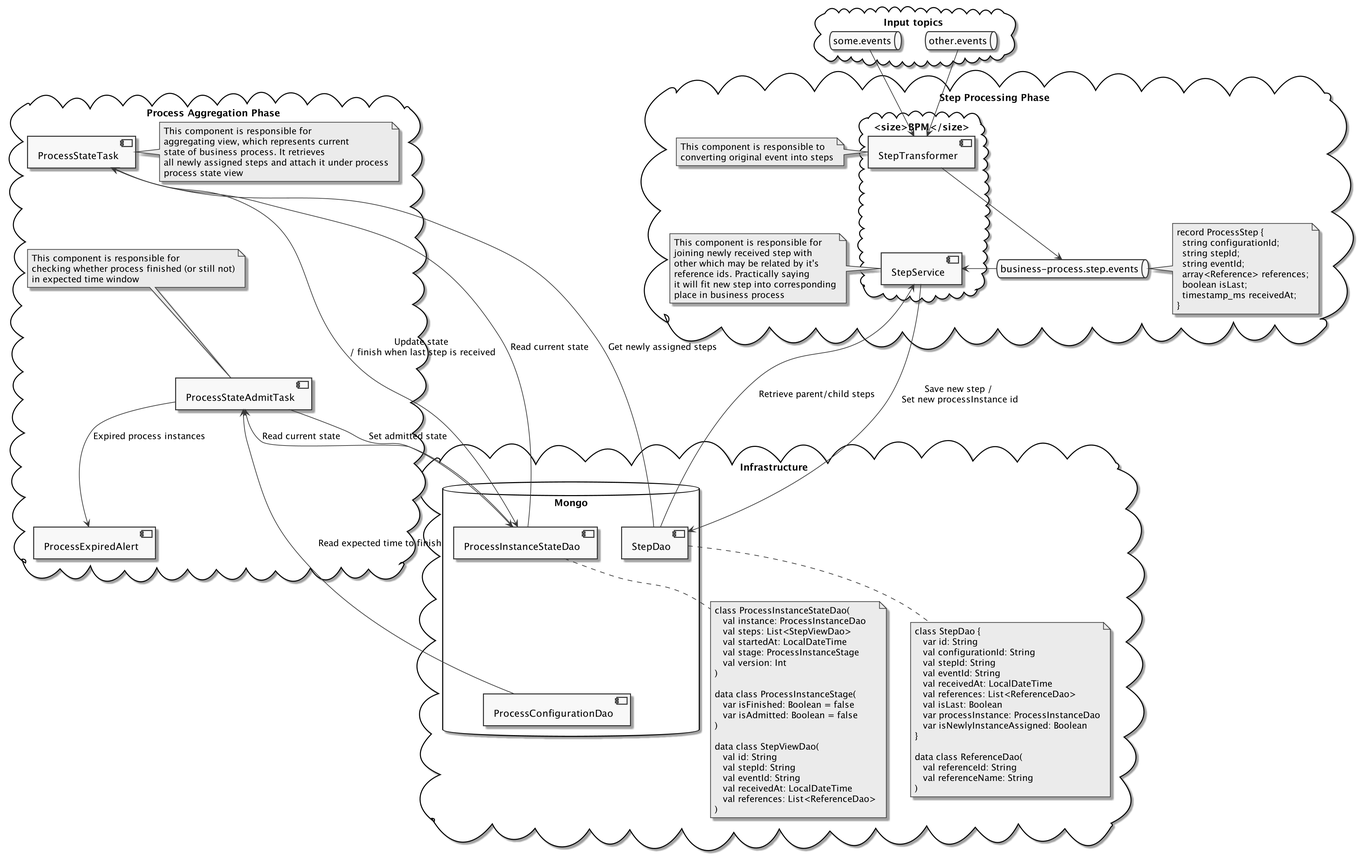
This is process-monitor/diagrams/1.high-level-flow.png from djeremy/kafka-related-projects, a PlantUML export, as it was before one commit. Source of this version:
```plantuml
@startuml

skinparam monochrome true


cloud "Input topics" {
    queue some.events as events1
    queue other.events as events2

}


cloud Infrastructure as INF{
    database "Mongo\n" as mongo {
     [StepDao] as stepDao
     [ProcessConfigurationDao] as processConfigurationDao
     [ProcessInstanceStateDao] as processStateDao

     stepDao -[hidden]down- processConfigurationDao
    }

    note bottom of stepDao
     class StepDao {
        var id: String
        val configurationId: String
        val stepId: String
        val eventId: String
        val receivedAt: LocalDateTime
        val references: List<ReferenceDao>
        val isLast: Boolean
        var processInstance: ProcessInstanceDao
        var isNewlyInstanceAssigned: Boolean
     }

     data class ReferenceDao(
        val referenceId: String
        val referenceName: String
     )
    end note

    note bottom of processStateDao
     class ProcessInstanceStateDao(
        val instance: ProcessInstanceDao
        val steps: List<StepViewDao>
        val startedAt: LocalDateTime
        val stage: ProcessInstanceStage
        val version: Int
     )

     data class ProcessInstanceStage(
        var isFinished: Boolean = false
        var isAdmitted: Boolean = false
     )

     data class StepViewDao(
        val id: String
        val stepId: String
        val eventId: String
        val receivedAt: LocalDateTime
        val references: List<ReferenceDao>
     )
    end note
}

cloud "Step Processing Phase" {
    queue "business-process.step.events" as stepEvents

    cloud "<size>BPM</size>" as BPM {
     [StepTransformer] as transformer
     [StepService] as processor

     transformer -[hidden]down- processor
    }

    transformer -left-> stepEvents
    stepEvents -left-> processor

    events1 -down-> transformer
    events2 -down-> transformer

    processor -down--> stepDao :  Save new step /\n Set new processInstance id
    stepDao -up-> processor : Retrieve parent/child steps

    note right of stepEvents
      record ProcessStep {
        string configurationId;
        string stepId;
        string eventId;
        array<Reference> references;
        boolean isLast;
        timestamp_ms receivedAt;
      }
    end note

    note right of transformer
        This component is responsible to
        converting original event into steps
    end note

    note right of processor
        This component is responsible for
        joining newly received step with
        other which may be related by it's
        reference ids. Practically saying
        it will fit new step into corresponding
        place in business process
    end note

}


cloud "Process Aggregation Phase" as PAP{

    [ProcessStateAdmitTask] as admitTask
    [ProcessExpiredAlert] as expiredAlert
    [ProcessStateTask] as stateTask

    stepDao --> stateTask : Get newly assigned steps
    stateTask --> processStateDao : Update state \n/ finish when last step is received
    stateTask <-- processStateDao : Read current state

    admitTask <-- processStateDao : Read current state
    admitTask --> processStateDao : Set admitted state
    admitTask <-- processConfigurationDao : Read expected time to finish

    admitTask -down-> expiredAlert : Expired process instances

    stateTask -[hidden]down-- admitTask

    note right of stateTask
        This component is responsible for
        aggregating view, which represents current
        state of business process. It retrieves
        all newly assigned steps and attach it under process
        process state view
    end note

    note top of admitTask
        This component is responsible for
        checking whether process finished (or still not)
        in expected time window
    end note
}

@enduml
```
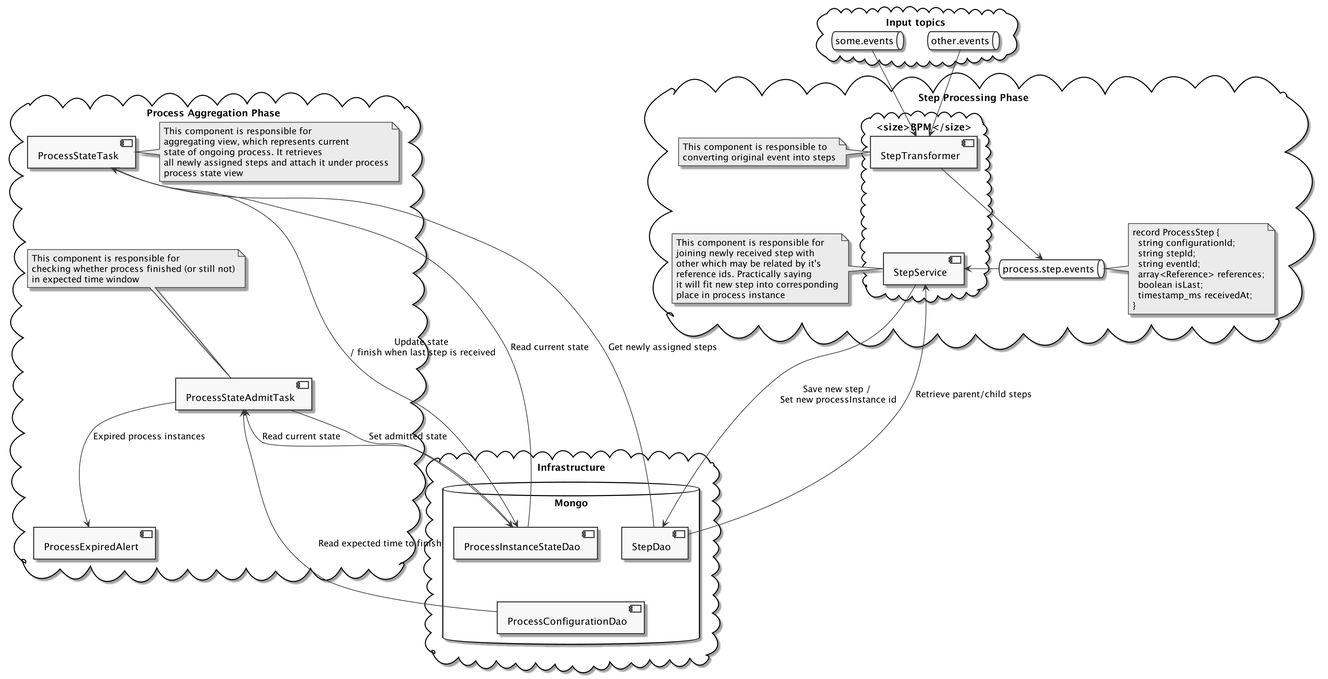
After the change.

Commit message:
Fix diagrams and replace pngs

Diff of the diagram source:
```diff
@@ -18,52 +18,10 @@
 
      stepDao -[hidden]down- processConfigurationDao
     }
-
-    note bottom of stepDao
-     class StepDao {
-        var id: String
-        val configurationId: String
-        val stepId: String
-        val eventId: String
-        val receivedAt: LocalDateTime
-        val references: List<ReferenceDao>
-        val isLast: Boolean
-        var processInstance: ProcessInstanceDao
-        var isNewlyInstanceAssigned: Boolean
-     }
-
-     data class ReferenceDao(
-        val referenceId: String
-        val referenceName: String
-     )
-    end note
-
-    note bottom of processStateDao
-     class ProcessInstanceStateDao(
-        val instance: ProcessInstanceDao
-        val steps: List<StepViewDao>
-        val startedAt: LocalDateTime
-        val stage: ProcessInstanceStage
-        val version: Int
-     )
-
-     data class ProcessInstanceStage(
-        var isFinished: Boolean = false
-        var isAdmitted: Boolean = false
-     )
-
-     data class StepViewDao(
-        val id: String
-        val stepId: String
-        val eventId: String
-        val receivedAt: LocalDateTime
-        val references: List<ReferenceDao>
-     )
-    end note
 }
 
 cloud "Step Processing Phase" {
-    queue "business-process.step.events" as stepEvents
+    queue "process.step.events" as stepEvents
 
     cloud "<size>BPM</size>" as BPM {
      [StepTransformer] as transformer
@@ -103,7 +61,7 @@
         other which may be related by it's
         reference ids. Practically saying
         it will fit new step into corresponding
-        place in business process
+        place in process instance
     end note
 
 }
@@ -130,7 +88,7 @@
     note right of stateTask
         This component is responsible for
         aggregating view, which represents current
-        state of business process. It retrieves
+        state of ongoing process. It retrieves
         all newly assigned steps and attach it under process
         process state view
     end note
```
